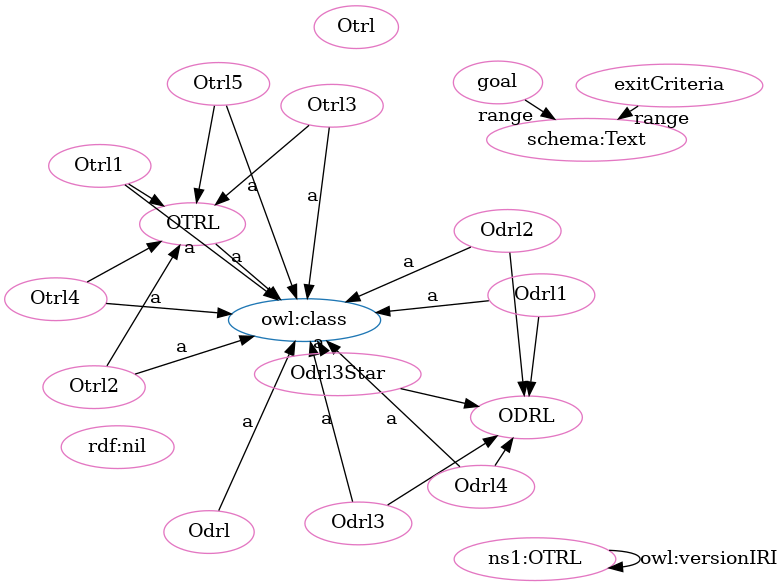
Earlier version of the Graphviz export OTRL-clean.png (OPEN-NEXT/OKH-LOSH). Its source is kept beside it as OTRL-clean.dot.
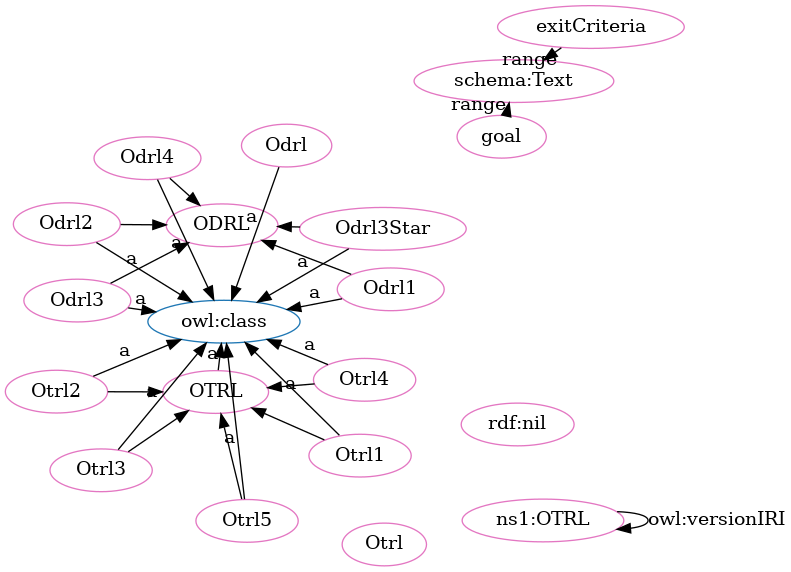
The same diagram one commit later.

What changed in the source:
```diff
@@ -1,51 +1,51 @@
 digraph G {
   rankdir=BT
   node[height=.3]
+"http://purl.org/oseg/ontologies/OTRL#ODRL" [fillcolor="#1f77b4" color="#1f77b4" label="ODRL"]
 "http://purl.org/oseg/ontologies/OTRL#OTRL" [fillcolor="#1f77b4" color="#1f77b4" label="OTRL"]
-"http://purl.org/oseg/ontologies/OTRL#ODRL" [fillcolor="#1f77b4" color="#1f77b4" label="ODRL"]
 "http://www.w3.org/2002/07/owl#class" [fillcolor="#1f77b4" color="#1f77b4" label="owl:class"]
+"http://purl.org/oseg/ontologies/OTRL#ODRL" [fillcolor="#e377c2" color="#e377c2" label="ODRL"]
+"http://purl.org/oseg/ontologies/OTRL#Otrl" [fillcolor="#e377c2" color="#e377c2" label="Otrl"]
+"http://purl.org/oseg/ontologies/OTRL#Odrl2" [fillcolor="#e377c2" color="#e377c2" label="Odrl2"]
+"http://purl.org/oseg/ontologies/OTRL#OTRL" [fillcolor="#e377c2" color="#e377c2" label="OTRL"]
+"http://schema.org/Text" [fillcolor="#e377c2" color="#e377c2" label="schema:Text"]
+"http://purl.org/oseg/ontologies/OTRL#Odrl4" [fillcolor="#e377c2" color="#e377c2" label="Odrl4"]
+"http://www.w3.org/1999/02/22-rdf-syntax-ns#nil" [fillcolor="#e377c2" color="#e377c2" label="rdf:nil"]
+"http://purl.org/oseg/ontologies/OTRL#Odrl" [fillcolor="#e377c2" color="#e377c2" label="Odrl"]
+"http://purl.org/oseg/ontologies/OTRL#Otrl3" [fillcolor="#e377c2" color="#e377c2" label="Otrl3"]
+"http://purl.org/oseg/ontologies/OTRL#Otrl1" [fillcolor="#e377c2" color="#e377c2" label="Otrl1"]
+"http://purl.org/oseg/ontologies/OTRL#Odrl3" [fillcolor="#e377c2" color="#e377c2" label="Odrl3"]
+"http://purl.org/oseg/ontologies/OTRL#Otrl5" [fillcolor="#e377c2" color="#e377c2" label="Otrl5"]
+"http://purl.org/oseg/ontologies/OTRL#exitCriteria" [fillcolor="#e377c2" color="#e377c2" label="exitCriteria"]
+"http://purl.org/oseg/ontologies/OTRL#Odrl1" [fillcolor="#e377c2" color="#e377c2" label="Odrl1"]
+"http://purl.org/oseg/ontologies/OTRL#goal" [fillcolor="#e377c2" color="#e377c2" label="goal"]
+"http://purl.org/oseg/ontologies/OTRL" [fillcolor="#e377c2" color="#e377c2" label="ns1:OTRL"]
+"http://purl.org/oseg/ontologies/OTRL#Otrl2" [fillcolor="#e377c2" color="#e377c2" label="Otrl2"]
+"http://purl.org/oseg/ontologies/OTRL#Odrl3Star" [fillcolor="#e377c2" color="#e377c2" label="Odrl3Star"]
 "http://purl.org/oseg/ontologies/OTRL#Otrl4" [fillcolor="#e377c2" color="#e377c2" label="Otrl4"]
-"http://purl.org/oseg/ontologies/OTRL#Otrl1" [fillcolor="#e377c2" color="#e377c2" label="Otrl1"]
-"http://purl.org/oseg/ontologies/OTRL#OTRL" [fillcolor="#e377c2" color="#e377c2" label="OTRL"]
-"http://purl.org/oseg/ontologies/OTRL#goal" [fillcolor="#e377c2" color="#e377c2" label="goal"]
-"http://purl.org/oseg/ontologies/OTRL#Otrl" [fillcolor="#e377c2" color="#e377c2" label="Otrl"]
-"http://purl.org/oseg/ontologies/OTRL#ODRL" [fillcolor="#e377c2" color="#e377c2" label="ODRL"]
-"http://purl.org/oseg/ontologies/OTRL#Odrl2" [fillcolor="#e377c2" color="#e377c2" label="Odrl2"]
-"http://purl.org/oseg/ontologies/OTRL#Odrl3" [fillcolor="#e377c2" color="#e377c2" label="Odrl3"]
-"http://www.w3.org/1999/02/22-rdf-syntax-ns#nil" [fillcolor="#e377c2" color="#e377c2" label="rdf:nil"]
-"http://purl.org/oseg/ontologies/OTRL" [fillcolor="#e377c2" color="#e377c2" label="ns1:OTRL"]
-"http://purl.org/oseg/ontologies/OTRL#exitCriteria" [fillcolor="#e377c2" color="#e377c2" label="exitCriteria"]
-"http://purl.org/oseg/ontologies/OTRL#Otrl3" [fillcolor="#e377c2" color="#e377c2" label="Otrl3"]
-"http://purl.org/oseg/ontologies/OTRL#Odrl" [fillcolor="#e377c2" color="#e377c2" label="Odrl"]
-"http://purl.org/oseg/ontologies/OTRL#Odrl4" [fillcolor="#e377c2" color="#e377c2" label="Odrl4"]
-"http://purl.org/oseg/ontologies/OTRL#Odrl3Star" [fillcolor="#e377c2" color="#e377c2" label="Odrl3Star"]
-"http://schema.org/Text" [fillcolor="#e377c2" color="#e377c2" label="schema:Text"]
-"http://purl.org/oseg/ontologies/OTRL#Otrl2" [fillcolor="#e377c2" color="#e377c2" label="Otrl2"]
-"http://purl.org/oseg/ontologies/OTRL#Otrl5" [fillcolor="#e377c2" color="#e377c2" label="Otrl5"]
-"http://purl.org/oseg/ontologies/OTRL#Odrl1" [fillcolor="#e377c2" color="#e377c2" label="Odrl1"]
-  "http://purl.org/oseg/ontologies/OTRL#Otrl4" -> "http://purl.org/oseg/ontologies/OTRL#OTRL" [label=""]
-  "http://purl.org/oseg/ontologies/OTRL#Odrl3" -> "http://www.w3.org/2002/07/owl#class" [label="a"]
-  "http://purl.org/oseg/ontologies/OTRL#Otrl3" -> "http://www.w3.org/2002/07/owl#class" [label="a"]
-  "http://purl.org/oseg/ontologies/OTRL#Otrl3" -> "http://purl.org/oseg/ontologies/OTRL#OTRL" [label=""]
   "http://purl.org/oseg/ontologies/OTRL#Odrl3" -> "http://purl.org/oseg/ontologies/OTRL#ODRL" [label=""]
+  "http://purl.org/oseg/ontologies/OTRL#Otrl1" -> "http://www.w3.org/2002/07/owl#class" [label="a"]
+  "http://purl.org/oseg/ontologies/OTRL#Otrl5" -> "http://www.w3.org/2002/07/owl#class" [label="a"]
+  "http://purl.org/oseg/ontologies/OTRL#Otrl1" -> "http://purl.org/oseg/ontologies/OTRL#OTRL" [label=""]
+  "http://purl.org/oseg/ontologies/OTRL#Otrl5" -> "http://purl.org/oseg/ontologies/OTRL#OTRL" [label=""]
+  "http://purl.org/oseg/ontologies/OTRL#Odrl2" -> "http://purl.org/oseg/ontologies/OTRL#ODRL" [label=""]
+  "http://purl.org/oseg/ontologies/OTRL#Odrl3Star" -> "http://purl.org/oseg/ontologies/OTRL#ODRL" [label=""]
   "http://purl.org/oseg/ontologies/OTRL#Odrl3Star" -> "http://www.w3.org/2002/07/owl#class" [label="a"]
-  "http://purl.org/oseg/ontologies/OTRL#Odrl3Star" -> "http://purl.org/oseg/ontologies/OTRL#ODRL" [label=""]
-  "http://purl.org/oseg/ontologies/OTRL#Otrl5" -> "http://purl.org/oseg/ontologies/OTRL#OTRL" [label=""]
+  "http://purl.org/oseg/ontologies/OTRL#OTRL" -> "http://www.w3.org/2002/07/owl#class" [label="a"]
+  "http://purl.org/oseg/ontologies/OTRL#Odrl1" -> "http://purl.org/oseg/ontologies/OTRL#ODRL" [label=""]
+  "http://purl.org/oseg/ontologies/OTRL#Otrl4" -> "http://www.w3.org/2002/07/owl#class" [label="a"]
   "http://purl.org/oseg/ontologies/OTRL" -> "http://purl.org/oseg/ontologies/OTRL" [label="owl:versionIRI"]
-  "http://purl.org/oseg/ontologies/OTRL#Otrl2" -> "http://www.w3.org/2002/07/owl#class" [label="a"]
-  "http://purl.org/oseg/ontologies/OTRL#Otrl4" -> "http://www.w3.org/2002/07/owl#class" [label="a"]
-  "http://purl.org/oseg/ontologies/OTRL#Otrl1" -> "http://www.w3.org/2002/07/owl#class" [label="a"]
-  "http://purl.org/oseg/ontologies/OTRL#OTRL" -> "http://www.w3.org/2002/07/owl#class" [label="a"]
   "http://purl.org/oseg/ontologies/OTRL#Odrl4" -> "http://purl.org/oseg/ontologies/OTRL#ODRL" [label=""]
   "http://purl.org/oseg/ontologies/OTRL#Odrl2" -> "http://www.w3.org/2002/07/owl#class" [label="a"]
   "http://purl.org/oseg/ontologies/OTRL#Otrl2" -> "http://purl.org/oseg/ontologies/OTRL#OTRL" [label=""]
-  "http://purl.org/oseg/ontologies/OTRL#Odrl2" -> "http://purl.org/oseg/ontologies/OTRL#ODRL" [label=""]
+  "http://purl.org/oseg/ontologies/OTRL#exitCriteria" -> "http://schema.org/Text" [label="range"]
   "http://purl.org/oseg/ontologies/OTRL#Odrl4" -> "http://www.w3.org/2002/07/owl#class" [label="a"]
+  "http://purl.org/oseg/ontologies/OTRL#goal" -> "http://schema.org/Text" [label="range"]
+  "http://purl.org/oseg/ontologies/OTRL#Otrl3" -> "http://www.w3.org/2002/07/owl#class" [label="a"]
+  "http://purl.org/oseg/ontologies/OTRL#Odrl3" -> "http://www.w3.org/2002/07/owl#class" [label="a"]
+  "http://purl.org/oseg/ontologies/OTRL#Odrl1" -> "http://www.w3.org/2002/07/owl#class" [label="a"]
+  "http://purl.org/oseg/ontologies/OTRL#Otrl4" -> "http://purl.org/oseg/ontologies/OTRL#OTRL" [label=""]
+  "http://purl.org/oseg/ontologies/OTRL#Otrl2" -> "http://www.w3.org/2002/07/owl#class" [label="a"]
+  "http://purl.org/oseg/ontologies/OTRL#Otrl3" -> "http://purl.org/oseg/ontologies/OTRL#OTRL" [label=""]
   "http://purl.org/oseg/ontologies/OTRL#Odrl" -> "http://www.w3.org/2002/07/owl#class" [label="a"]
-  "http://purl.org/oseg/ontologies/OTRL#Odrl1" -> "http://purl.org/oseg/ontologies/OTRL#ODRL" [label=""]
-  "http://purl.org/oseg/ontologies/OTRL#goal" -> "http://schema.org/Text" [label="range"]
-  "http://purl.org/oseg/ontologies/OTRL#exitCriteria" -> "http://schema.org/Text" [label="range"]
-  "http://purl.org/oseg/ontologies/OTRL#Otrl1" -> "http://purl.org/oseg/ontologies/OTRL#OTRL" [label=""]
-  "http://purl.org/oseg/ontologies/OTRL#Otrl5" -> "http://www.w3.org/2002/07/owl#class" [label="a"]
-  "http://purl.org/oseg/ontologies/OTRL#Odrl1" -> "http://www.w3.org/2002/07/owl#class" [label="a"]
 }
```
